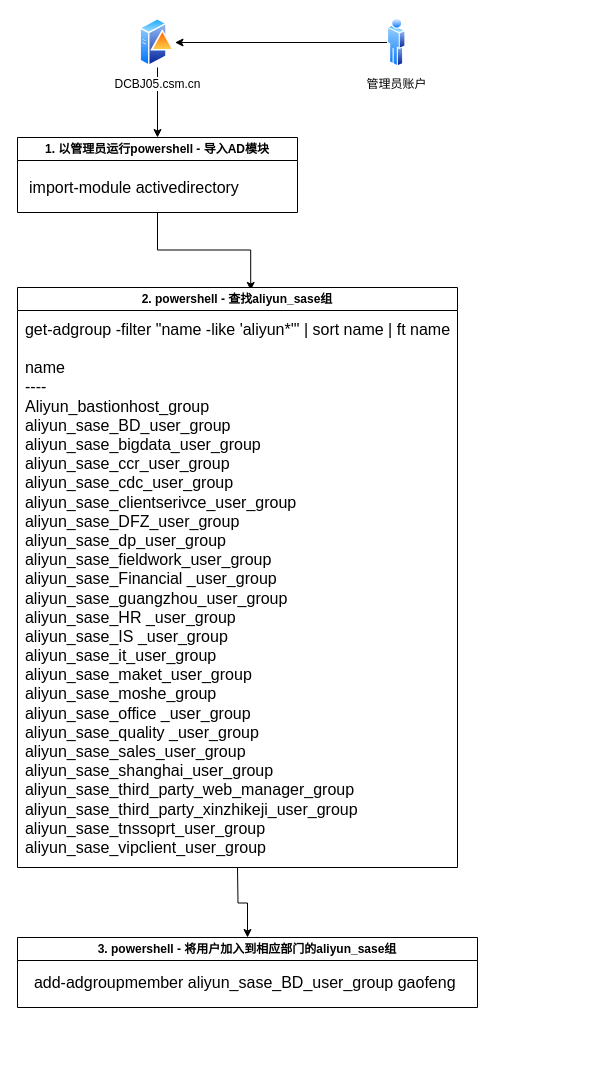
Before: aliyun-sase-opreation.drawio in natop/drawio, a draw.io diagram. Source tidied: cells renumbered, new cells numbered last; positions are measured from the earlier drawing's top-left corner, leaving out a move shared by most shapes. Both pictures are drawn from the tidied source at 100%, with x=0, y=0 at pixel (17, 17).
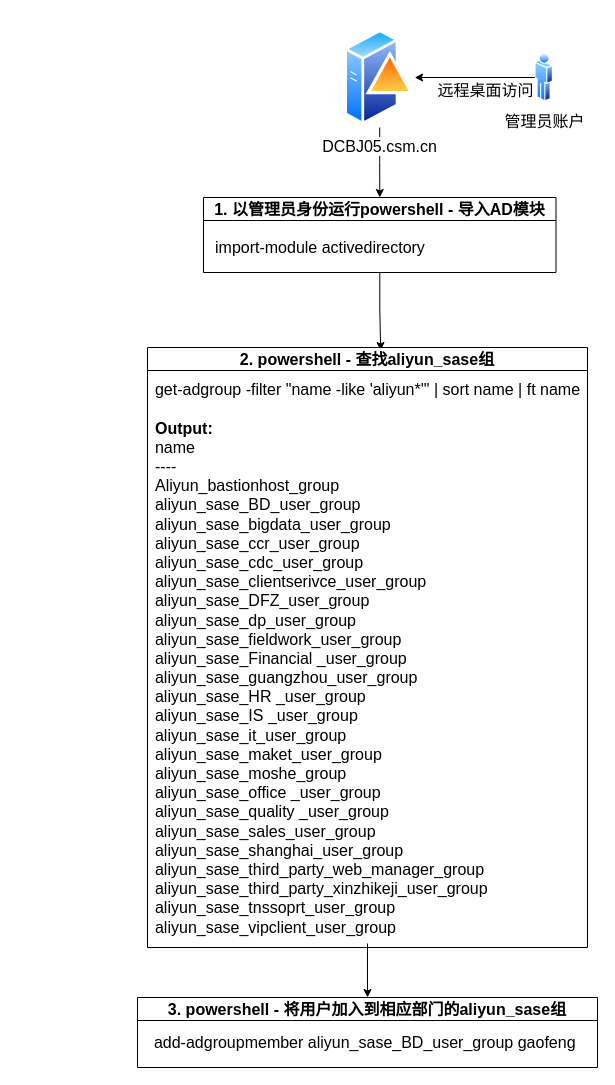
After the change.

The edit, as a diff of the source:
```diff
@@
 <mxGraphModel>
   <root>
     <mxCell id="0" />
     <mxCell id="1" parent="0" />
     <mxCell id="2" style="edgeStyle=orthogonalEdgeStyle;rounded=0;jettySize=auto;html=1;" parent="1" edge="1" source="3" target="7">
       <mxGeometry relative="1" as="geometry" />
     </mxCell>
-    <mxCell id="3" value="DCBJ05.csm.cn" style="image;perimeter=ellipsePerimeter;html=1;align=center;shadow=0;dashed=0;spacingTop=3;image=img/lib/active_directory/domain_controller.svg;" parent="1" vertex="1">
-      <mxGeometry x="122.5" width="35" height="50" as="geometry" />
+    <mxCell id="3" value="DCBJ05.csm.cn" style="image;perimeter=ellipsePerimeter;html=1;align=center;shadow=0;dashed=0;spacingTop=3;image=img/lib/active_directory/domain_controller.svg;fontSize=16;" parent="1" vertex="1">
+      <mxGeometry x="327.2" y="10" width="70" height="100" as="geometry" />
     </mxCell>
     <mxCell id="4" style="edgeStyle=orthogonalEdgeStyle;rounded=0;jettySize=auto;html=1;" parent="1" edge="1" source="5" target="3">
       <mxGeometry relative="1" as="geometry" />
     </mxCell>
+    <mxCell id="14" value="远程桌面访问" style="edgeLabel;html=1;align=center;verticalAlign=middle;fontSize=16;" parent="4" vertex="1">
+      <mxGeometry x="-0.18" y="4" relative="1" as="geometry">
+        <mxPoint x="-1" y="8" as="offset" />
+      </mxGeometry>
+    </mxCell>
-    <mxCell id="5" value="管理员账户" style="image;perimeter=ellipsePerimeter;html=1;align=center;shadow=0;dashed=0;spacingTop=3;image=img/lib/active_directory/user.svg;" parent="1" vertex="1">
-      <mxGeometry x="370" width="18.5" height="50" as="geometry" />
+    <mxCell id="5" value="管理员账户" style="image;perimeter=ellipsePerimeter;html=1;align=center;shadow=0;dashed=0;spacingTop=3;image=img/lib/active_directory/user.svg;fontSize=16;" parent="1" vertex="1">
+      <mxGeometry x="517.5" y="35" width="18.5" height="50" as="geometry" />
     </mxCell>
     <mxCell id="6" style="edgeStyle=orthogonalEdgeStyle;rounded=0;jettySize=auto;html=1;entryX=0.53;entryY=0.005;entryDx=0;entryDy=0;entryPerimeter=0;" parent="1" edge="1" source="7" target="9">
       <mxGeometry relative="1" as="geometry" />
     </mxCell>
-    <mxCell id="7" value="1. 以管理员运行powershell - 导入AD模块" style="swimlane;whiteSpace=wrap;html=1;" parent="1" vertex="1">
-      <mxGeometry y="120" width="280" height="75" as="geometry" />
+    <mxCell id="7" value="1. 以管理员身份运行powershell - 导入AD模块" style="swimlane;whiteSpace=wrap;html=1;fontSize=16;" parent="1" vertex="1">
+      <mxGeometry x="186" y="180" width="352.5" height="75" as="geometry" />
     </mxCell>
     <mxCell id="8" value="import-module activedirectory&lt;br style=&quot;font-size: 16px;&quot;&gt;" style="text;html=1;align=left;verticalAlign=middle;strokeColor=none;fillColor=none;fontSize=16;" parent="7" vertex="1">
       <mxGeometry x="10" y="35" width="230" height="30" as="geometry" />
     </mxCell>
-    <mxCell id="9" value="2. powershell - 查找aliyun_sase组" style="swimlane;whiteSpace=wrap;html=1;" parent="1" vertex="1">
-      <mxGeometry y="270" width="440" height="580" as="geometry" />
+    <mxCell id="9" value="2. powershell - 查找aliyun_sase组" style="swimlane;whiteSpace=wrap;html=1;fontSize=16;" parent="1" vertex="1">
+      <mxGeometry x="130" y="330" width="440" height="600" as="geometry" />
     </mxCell>
-    <mxCell id="10" value="&lt;font style=&quot;font-size: 16px;&quot;&gt;get-adgroup -filter &quot;name -like 'aliyun*'&quot; | sort name | ft name&lt;br style=&quot;border-color: var(--border-color); text-align: left;&quot;&gt;&lt;br style=&quot;border-color: var(--border-color); text-align: left;&quot;&gt;&lt;/font&gt;&lt;div style=&quot;border-color: var(--border-color); text-align: left; font-size: 16px;&quot;&gt;&lt;font style=&quot;font-size: 16px;&quot;&gt;name&lt;/font&gt;&lt;/div&gt;&lt;div style=&quot;border-color: var(--border-color); text-align: left; font-size: 16px;&quot;&gt;&lt;font style=&quot;font-size: 16px;&quot;&gt;----&lt;/font&gt;&lt;/div&gt;&lt;div style=&quot;border-color: var(--border-color); text-align: left; font-size: 16px;&quot;&gt;&lt;font style=&quot;font-size: 16px;&quot;&gt;Aliyun_bastionhost_group&lt;/font&gt;&lt;/div&gt;&lt;div style=&quot;border-color: var(--border-color); text-align: left; font-size: 16px;&quot;&gt;&lt;font style=&quot;font-size: 16px;&quot;&gt;aliyun_sase_BD_user_group&lt;/font&gt;&lt;/div&gt;&lt;div style=&quot;border-color: var(--border-color); text-align: left; font-size: 16px;&quot;&gt;&lt;font style=&quot;font-size: 16px;&quot;&gt;aliyun_sase_bigdata_user_group&lt;/font&gt;&lt;/div&gt;&lt;div style=&quot;border-color: var(--border-color); text-align: left; font-size: 16px;&quot;&gt;&lt;font style=&quot;font-size: 16px;&quot;&gt;aliyun_sase_ccr_user_group&lt;/font&gt;&lt;/div&gt;&lt;div style=&quot;border-color: var(--border-color); text-align: left; font-size: 16px;&quot;&gt;&lt;font style=&quot;font-size: 16px;&quot;&gt;aliyun_sase_cdc_user_group&lt;/font&gt;&lt;/div&gt;&lt;div style=&quot;border-color: var(--border-color); text-align: left; font-size: 16px;&quot;&gt;&lt;font style=&quot;font-size: 16px;&quot;&gt;aliyun_sase_clientserivce_user_group&lt;/font&gt;&lt;/div&gt;&lt;div style=&quot;border-color: var(--border-color); text-align: left; font-size: 16px;&quot;&gt;&lt;font style=&quot;font-size: 16px;&quot;&gt;aliyun_sase_DFZ_user_group&lt;/font&gt;&lt;/div&gt;&lt;div style=&quot;border-color: var(--border-color); text-align: left; font-size: 16px;&quot;&gt;&lt;font style=&quot;font-size: 16px;&quot;&gt;aliyun_sase_dp_user_group&lt;/font&gt;&lt;/div&gt;&lt;div style=&quot;border-color: var(--border-color); text-align: left; font-size: 16px;&quot;&gt;&lt;font style=&quot;font-size: 16px;&quot;&gt;aliyun_sase_fieldwork_user_group&lt;/font&gt;&lt;/div&gt;&lt;div style=&quot;border-color: var(--border-color); text-align: left; font-size: 16px;&quot;&gt;&lt;font style=&quot;font-size: 16px;&quot;&gt;aliyun_sase_Financial _user_group&lt;/font&gt;&lt;/div&gt;&lt;div style=&quot;border-color: var(--border-color); text-align: left; font-size: 16px;&quot;&gt;&lt;font style=&quot;font-size: 16px;&quot;&gt;aliyun_sase_guangzhou_user_group&lt;/font&gt;&lt;/div&gt;&lt;div style=&quot;border-color: var(--border-color); text-align: left; font-size: 16px;&quot;&gt;&lt;font style=&quot;font-size: 16px;&quot;&gt;aliyun_sase_HR _user_group&lt;/font&gt;&lt;/div&gt;&lt;div style=&quot;border-color: var(--border-color); text-align: left; font-size: 16px;&quot;&gt;&lt;font style=&quot;font-size: 16px;&quot;&gt;aliyun_sase_IS _user_group&lt;/font&gt;&lt;/div&gt;&lt;div style=&quot;border-color: var(--border-color); text-align: left; font-size: 16px;&quot;&gt;&lt;font style=&quot;font-size: 16px;&quot;&gt;aliyun_sase_it_user_group&lt;/font&gt;&lt;/div&gt;&lt;div style=&quot;border-color: var(--border-color); text-align: left; font-size: 16px;&quot;&gt;&lt;font style=&quot;font-size: 16px;&quot;&gt;aliyun_sase_maket_user_group&lt;/font&gt;&lt;/div&gt;&lt;div style=&quot;border-color: var(--border-color); text-align: left; font-size: 16px;&quot;&gt;&lt;font style=&quot;font-size: 16px;&quot;&gt;aliyun_sase_moshe_group&lt;/font&gt;&lt;/div&gt;&lt;div style=&quot;border-color: var(--border-color); text-align: left; font-size: 16px;&quot;&gt;&lt;font style=&quot;font-size: 16px;&quot;&gt;aliyun_sase_office _user_group&lt;/font&gt;&lt;/div&gt;&lt;div style=&quot;border-color: var(--border-color); text-align: left; font-size: 16px;&quot;&gt;&lt;font style=&quot;font-size: 16px;&quot;&gt;aliyun_sase_quality _user_group&lt;/font&gt;&lt;/div&gt;&lt;div style=&quot;border-color: var(--border-color); text-align: left; font-size: 16px;&quot;&gt;&lt;font style=&quot;font-size: 16px;&quot;&gt;aliyun_sase_sales_user_group&lt;/font&gt;&lt;/div&gt;&lt;div style=&quot;border-color: var(--border-color); text-align: left; font-size: 16px;&quot;&gt;&lt;font style=&quot;font-size: 16px;&quot;&gt;aliyun_sase_shanghai_user_group&lt;/font&gt;&lt;/div&gt;&lt;div style=&quot;border-color: var(--border-color); text-align: left; font-size: 16px;&quot;&gt;&lt;font style=&quot;font-size: 16px;&quot;&gt;aliyun_sase_third_party_web_manager_group&lt;/font&gt;&lt;/div&gt;&lt;div style=&quot;border-color: var(--border-color); text-align: left; font-size: 16px;&quot;&gt;&lt;font style=&quot;font-size: 16px;&quot;&gt;aliyun_sase_third_party_xinzhikeji_user_group&lt;/font&gt;&lt;/div&gt;&lt;div style=&quot;border-color: var(--border-color); text-align: left; font-size: 16px;&quot;&gt;&lt;font style=&quot;font-size: 16px;&quot;&gt;aliyun_sase_tnssoprt_user_group&lt;/font&gt;&lt;/div&gt;&lt;div style=&quot;border-color: var(--border-color); text-align: left; font-size: 16px;&quot;&gt;&lt;font style=&quot;font-size: 16px;&quot;&gt;aliyun_sase_vipclient_user_group&lt;/font&gt;&lt;/div&gt;" style="text;html=1;align=center;verticalAlign=middle;points=[];strokeColor=none;fillColor=none;" parent="9" vertex="1">
-      <mxGeometry x="5" y="26" width="430" height="550" as="geometry" />
+    <mxCell id="10" value="&lt;font style=&quot;font-size: 16px;&quot;&gt;get-adgroup -filter &quot;name -like 'aliyun*'&quot; | sort name | ft name&lt;br style=&quot;border-color: var(--border-color); text-align: left;&quot;&gt;&lt;/font&gt;&lt;div style=&quot;border-color: var(--border-color); text-align: left; font-size: 16px;&quot;&gt;&lt;font style=&quot;font-size: 16px;&quot;&gt;&lt;br&gt;&lt;/font&gt;&lt;/div&gt;&lt;div style=&quot;border-color: var(--border-color); text-align: left; font-size: 16px;&quot;&gt;&lt;font style=&quot;font-size: 16px;&quot;&gt;&lt;b&gt;Output:&lt;/b&gt;&lt;/font&gt;&lt;/div&gt;&lt;div style=&quot;border-color: var(--border-color); text-align: left; font-size: 16px;&quot;&gt;&lt;font style=&quot;font-size: 16px;&quot;&gt;name&lt;/font&gt;&lt;/div&gt;&lt;div style=&quot;border-color: var(--border-color); text-align: left; font-size: 16px;&quot;&gt;&lt;font style=&quot;font-size: 16px;&quot;&gt;----&lt;/font&gt;&lt;/div&gt;&lt;div style=&quot;border-color: var(--border-color); text-align: left; font-size: 16px;&quot;&gt;&lt;font style=&quot;font-size: 16px;&quot;&gt;Aliyun_bastionhost_group&lt;/font&gt;&lt;/div&gt;&lt;div style=&quot;border-color: var(--border-color); text-align: left; font-size: 16px;&quot;&gt;&lt;font style=&quot;font-size: 16px;&quot;&gt;aliyun_sase_BD_user_group&lt;/font&gt;&lt;/div&gt;&lt;div style=&quot;border-color: var(--border-color); text-align: left; font-size: 16px;&quot;&gt;&lt;font style=&quot;font-size: 16px;&quot;&gt;aliyun_sase_bigdata_user_group&lt;/font&gt;&lt;/div&gt;&lt;div style=&quot;border-color: var(--border-color); text-align: left; font-size: 16px;&quot;&gt;&lt;font style=&quot;font-size: 16px;&quot;&gt;aliyun_sase_ccr_user_group&lt;/font&gt;&lt;/div&gt;&lt;div style=&quot;border-color: var(--border-color); text-align: left; font-size: 16px;&quot;&gt;&lt;font style=&quot;font-size: 16px;&quot;&gt;aliyun_sase_cdc_user_group&lt;/font&gt;&lt;/div&gt;&lt;div style=&quot;border-color: var(--border-color); text-align: left; font-size: 16px;&quot;&gt;&lt;font style=&quot;font-size: 16px;&quot;&gt;aliyun_sase_clientserivce_user_group&lt;/font&gt;&lt;/div&gt;&lt;div style=&quot;border-color: var(--border-color); text-align: left; font-size: 16px;&quot;&gt;&lt;font style=&quot;font-size: 16px;&quot;&gt;aliyun_sase_DFZ_user_group&lt;/font&gt;&lt;/div&gt;&lt;div style=&quot;border-color: var(--border-color); text-align: left; font-size: 16px;&quot;&gt;&lt;font style=&quot;font-size: 16px;&quot;&gt;aliyun_sase_dp_user_group&lt;/font&gt;&lt;/div&gt;&lt;div style=&quot;border-color: var(--border-color); text-align: left; font-size: 16px;&quot;&gt;&lt;font style=&quot;font-size: 16px;&quot;&gt;aliyun_sase_fieldwork_user_group&lt;/font&gt;&lt;/div&gt;&lt;div style=&quot;border-color: var(--border-color); text-align: left; font-size: 16px;&quot;&gt;&lt;font style=&quot;font-size: 16px;&quot;&gt;aliyun_sase_Financial _user_group&lt;/font&gt;&lt;/div&gt;&lt;div style=&quot;border-color: var(--border-color); text-align: left; font-size: 16px;&quot;&gt;&lt;font style=&quot;font-size: 16px;&quot;&gt;aliyun_sase_guangzhou_user_group&lt;/font&gt;&lt;/div&gt;&lt;div style=&quot;border-color: var(--border-color); text-align: left; font-size: 16px;&quot;&gt;&lt;font style=&quot;font-size: 16px;&quot;&gt;aliyun_sase_HR _user_group&lt;/font&gt;&lt;/div&gt;&lt;div style=&quot;border-color: var(--border-color); text-align: left; font-size: 16px;&quot;&gt;&lt;font style=&quot;font-size: 16px;&quot;&gt;aliyun_sase_IS _user_group&lt;/font&gt;&lt;/div&gt;&lt;div style=&quot;border-color: var(--border-color); text-align: left; font-size: 16px;&quot;&gt;&lt;font style=&quot;font-size: 16px;&quot;&gt;aliyun_sase_it_user_group&lt;/font&gt;&lt;/div&gt;&lt;div style=&quot;border-color: var(--border-color); text-align: left; font-size: 16px;&quot;&gt;&lt;font style=&quot;font-size: 16px;&quot;&gt;aliyun_sase_maket_user_group&lt;/font&gt;&lt;/div&gt;&lt;div style=&quot;border-color: var(--border-color); text-align: left; font-size: 16px;&quot;&gt;&lt;font style=&quot;font-size: 16px;&quot;&gt;aliyun_sase_moshe_group&lt;/font&gt;&lt;/div&gt;&lt;div style=&quot;border-color: var(--border-color); text-align: left; font-size: 16px;&quot;&gt;&lt;font style=&quot;font-size: 16px;&quot;&gt;aliyun_sase_office _user_group&lt;/font&gt;&lt;/div&gt;&lt;div style=&quot;border-color: var(--border-color); text-align: left; font-size: 16px;&quot;&gt;&lt;font style=&quot;font-size: 16px;&quot;&gt;aliyun_sase_quality _user_group&lt;/font&gt;&lt;/div&gt;&lt;div style=&quot;border-color: var(--border-color); text-align: left; font-size: 16px;&quot;&gt;&lt;font style=&quot;font-size: 16px;&quot;&gt;aliyun_sase_sales_user_group&lt;/font&gt;&lt;/div&gt;&lt;div style=&quot;border-color: var(--border-color); text-align: left; font-size: 16px;&quot;&gt;&lt;font style=&quot;font-size: 16px;&quot;&gt;aliyun_sase_shanghai_user_group&lt;/font&gt;&lt;/div&gt;&lt;div style=&quot;border-color: var(--border-color); text-align: left; font-size: 16px;&quot;&gt;&lt;font style=&quot;font-size: 16px;&quot;&gt;aliyun_sase_third_party_web_manager_group&lt;/font&gt;&lt;/div&gt;&lt;div style=&quot;border-color: var(--border-color); text-align: left; font-size: 16px;&quot;&gt;&lt;font style=&quot;font-size: 16px;&quot;&gt;aliyun_sase_third_party_xinzhikeji_user_group&lt;/font&gt;&lt;/div&gt;&lt;div style=&quot;border-color: var(--border-color); text-align: left; font-size: 16px;&quot;&gt;&lt;font style=&quot;font-size: 16px;&quot;&gt;aliyun_sase_tnssoprt_user_group&lt;/font&gt;&lt;/div&gt;&lt;div style=&quot;border-color: var(--border-color); text-align: left; font-size: 16px;&quot;&gt;&lt;font style=&quot;font-size: 16px;&quot;&gt;aliyun_sase_vipclient_user_group&lt;/font&gt;&lt;/div&gt;" style="text;html=1;align=center;verticalAlign=middle;points=[];strokeColor=none;fillColor=none;" parent="9" vertex="1">
+      <mxGeometry x="5" y="26" width="430" height="570" as="geometry" />
     </mxCell>
-    <mxCell id="11" value="3. powershell - 将用户加入到相应部门的aliyun_sase组" style="swimlane;whiteSpace=wrap;html=1;" parent="1" vertex="1">
-      <mxGeometry y="920" width="460" height="70" as="geometry" />
+    <mxCell id="11" value="3. powershell - 将用户加入到相应部门的aliyun_sase组" style="swimlane;whiteSpace=wrap;html=1;fontSize=16;" parent="1" vertex="1">
+      <mxGeometry x="120" y="980" width="460" height="70" as="geometry" />
     </mxCell>
     <mxCell id="12" value="&amp;nbsp;add-adgroupmember aliyun_sase_BD_user_group gaofeng" style="text;html=1;align=center;verticalAlign=middle;strokeColor=none;fillColor=none;fontSize=16;" parent="11" vertex="1">
       <mxGeometry x="5" y="30" width="440" height="30" as="geometry" />
     </mxCell>
-    <mxCell id="13" style="edgeStyle=orthogonalEdgeStyle;rounded=0;jettySize=auto;html=1;" parent="1" edge="1" target="11">
-      <mxGeometry relative="1" as="geometry">
-        <mxPoint x="220" y="850" as="sourcePoint" />
-      </mxGeometry>
-    </mxCell>
+    <mxCell id="15" style="edgeStyle=orthogonalEdgeStyle;rounded=0;jettySize=auto;html=1;" parent="1" edge="1" source="10" target="11">
+      <mxGeometry relative="1" as="geometry" />
+    </mxCell>
   </root>
 </mxGraphModel>
```
